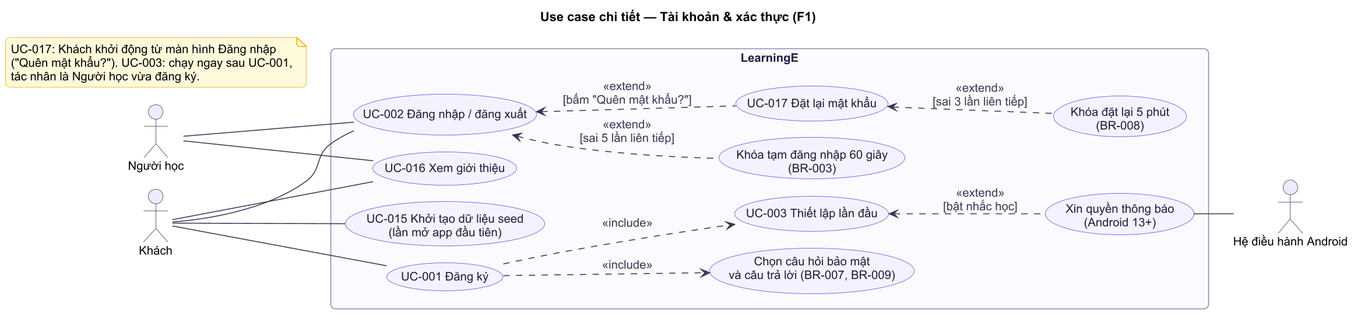
The PlantUML diagram docs/diagrams/usecase/uc-01-tai-khoan-xac-thuc.png in at1308033-sketch/LearningE_app, before a commit. Its diagram source:
```plantuml
@startuml
!include ../_style.puml
title Use case chi tiết — Tài khoản & xác thực (F1)
left to right direction

actor "Khách" as K
actor "Người học" as N
actor "Hệ điều hành Android" as OS

rectangle "LearningE" {
  usecase "UC-015 Khởi tạo dữ liệu seed\n(lần mở app đầu tiên)" as UC15
  usecase "UC-001 Đăng ký" as UC1
  usecase "Chọn câu hỏi bảo mật\nvà câu trả lời (BR-007, BR-009)" as SQ
  usecase "UC-003 Thiết lập lần đầu" as UC3
  usecase "Xin quyền thông báo\n(Android 13+)" as PERM
  usecase "UC-002 Đăng nhập / đăng xuất" as UC2
  usecase "Khóa tạm đăng nhập 60 giây\n(BR-003)" as LOCK
  usecase "UC-017 Đặt lại mật khẩu" as UC17
  usecase "Khóa đặt lại 5 phút\n(BR-008)" as RLOCK
  usecase "UC-016 Xem giới thiệu" as UC16
}

K -- UC15
K -- UC1
K -- UC2
K -- UC16
N -- UC2
N -- UC16

UC1 ..> SQ : <<include>>
UC1 ..> UC3 : <<include>>
UC3 <.. PERM : <<extend>>\n[bật nhắc học]
UC2 <.. LOCK : <<extend>>\n[sai 5 lần liên tiếp]
UC2 <.. UC17 : <<extend>>\n[bấm "Quên mật khẩu?"]
UC17 <.. RLOCK : <<extend>>\n[sai 3 lần liên tiếp]
PERM -- OS
note as NOTE1
  UC-017: Khách khởi động từ màn hình Đăng nhập
  ("Quên mật khẩu?"). UC-003: chạy ngay sau UC-001,
  tác nhân là Người học vừa đăng ký.
end note
@enduml
```
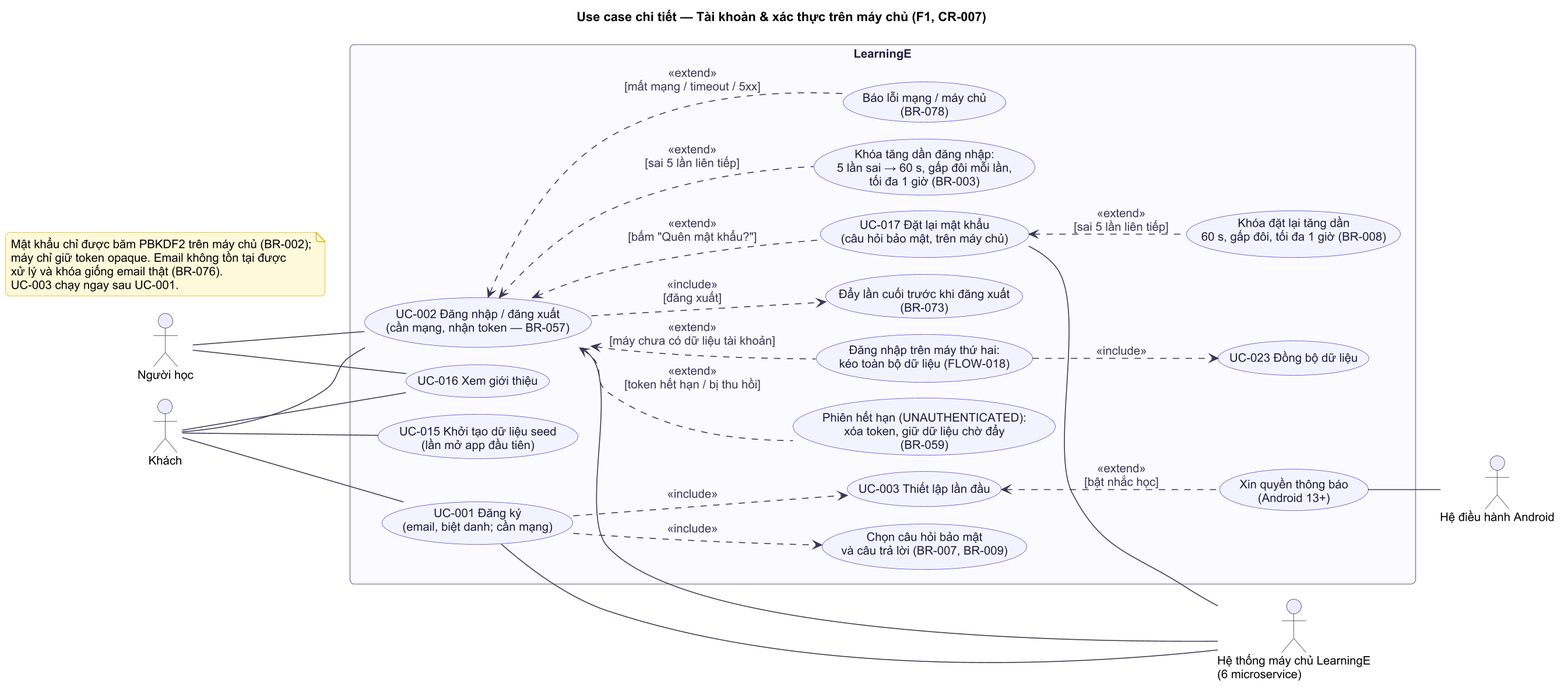
The same file after the commit.

The edit, as a diff of the source:
```diff
@@ -1,22 +1,28 @@
 @startuml
 !include ../_style.puml
-title Use case chi tiết — Tài khoản & xác thực (F1)
+title Use case chi tiết — Tài khoản & xác thực trên máy chủ (F1, CR-007)
 left to right direction
 
 actor "Khách" as K
 actor "Người học" as N
+actor "Hệ thống máy chủ LearningE\n(6 microservice)" as SV
 actor "Hệ điều hành Android" as OS
 
 rectangle "LearningE" {
   usecase "UC-015 Khởi tạo dữ liệu seed\n(lần mở app đầu tiên)" as UC15
-  usecase "UC-001 Đăng ký" as UC1
+  usecase "UC-001 Đăng ký\n(email, biệt danh; cần mạng)" as UC1
   usecase "Chọn câu hỏi bảo mật\nvà câu trả lời (BR-007, BR-009)" as SQ
   usecase "UC-003 Thiết lập lần đầu" as UC3
   usecase "Xin quyền thông báo\n(Android 13+)" as PERM
-  usecase "UC-002 Đăng nhập / đăng xuất" as UC2
-  usecase "Khóa tạm đăng nhập 60 giây\n(BR-003)" as LOCK
-  usecase "UC-017 Đặt lại mật khẩu" as UC17
-  usecase "Khóa đặt lại 5 phút\n(BR-008)" as RLOCK
+  usecase "UC-002 Đăng nhập / đăng xuất\n(cần mạng, nhận token — BR-057)" as UC2
+  usecase "Khóa tăng dần đăng nhập:\n5 lần sai → 60 s, gấp đôi mỗi lần,\ntối đa 1 giờ (BR-003)" as LOCK
+  usecase "Báo lỗi mạng / máy chủ\n(BR-078)" as NETERR
+  usecase "Phiên hết hạn (UNAUTHENTICATED):\nxóa token, giữ dữ liệu chờ đẩy\n(BR-059)" as EXP
+  usecase "Đăng nhập trên máy thứ hai:\nkéo toàn bộ dữ liệu (FLOW-018)" as UC2B
+  usecase "UC-023 Đồng bộ dữ liệu" as UC23
+  usecase "Đẩy lần cuối trước khi đăng xuất\n(BR-073)" as FLUSH
+  usecase "UC-017 Đặt lại mật khẩu\n(câu hỏi bảo mật, trên máy chủ)" as UC17
+  usecase "Khóa đặt lại tăng dần\n60 s, gấp đôi, tối đa 1 giờ (BR-008)" as RLOCK
   usecase "UC-016 Xem giới thiệu" as UC16
 }
 
@@ -26,17 +32,26 @@
 K -- UC16
 N -- UC2
 N -- UC16
+UC1 -- SV
+UC2 -- SV
+UC17 -- SV
 
 UC1 ..> SQ : <<include>>
 UC1 ..> UC3 : <<include>>
 UC3 <.. PERM : <<extend>>\n[bật nhắc học]
 UC2 <.. LOCK : <<extend>>\n[sai 5 lần liên tiếp]
+UC2 <.. NETERR : <<extend>>\n[mất mạng / timeout / 5xx]
+UC2 <.. EXP : <<extend>>\n[token hết hạn / bị thu hồi]
 UC2 <.. UC17 : <<extend>>\n[bấm "Quên mật khẩu?"]
-UC17 <.. RLOCK : <<extend>>\n[sai 3 lần liên tiếp]
+UC2 <.. UC2B : <<extend>>\n[máy chưa có dữ liệu tài khoản]
+UC2B ..> UC23 : <<include>>
+UC2 ..> FLUSH : <<include>>\n[đăng xuất]
+UC17 <.. RLOCK : <<extend>>\n[sai 5 lần liên tiếp]
 PERM -- OS
 note as NOTE1
-  UC-017: Khách khởi động từ màn hình Đăng nhập
-  ("Quên mật khẩu?"). UC-003: chạy ngay sau UC-001,
-  tác nhân là Người học vừa đăng ký.
+  Mật khẩu chỉ được băm PBKDF2 trên máy chủ (BR-002);
+  máy chỉ giữ token opaque. Email không tồn tại được
+  xử lý và khóa giống email thật (BR-076).
+  UC-003 chạy ngay sau UC-001.
 end note
 @enduml
```
